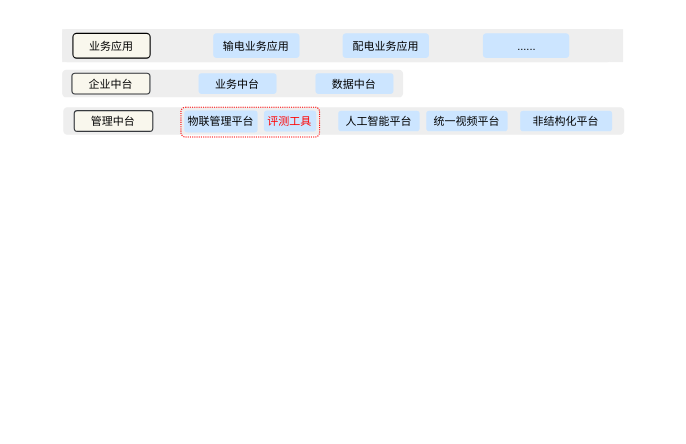
Before: 电力物联网边缘侧场景下视觉算法模型评估验证技术能力提升.drawio in paleblackless/diagrams, a draw.io diagram. Source tidied: cells renumbered, new cells numbered last; positions are measured from the earlier drawing's top-left corner, leaving out a move shared by most shapes. Both pictures are drawn from the tidied source at 110%, with x=0, y=0 at pixel (62, 29). Pictures stored in the file or linked from it are replaced by grey dashed boxes.
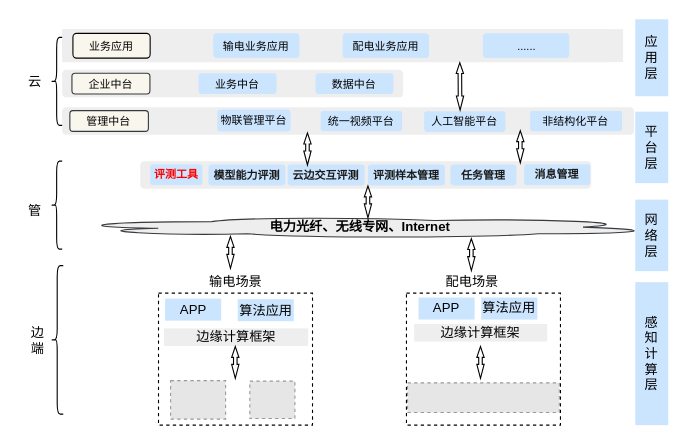
After the change.

Commit message:
更新电力物联网边缘侧场景下视觉算法模型评估验证技术能力提升.drawio

Unchanged cells that the change refers to:
```xml
<mxCell id="2" style="group;" parent="1" vertex="1">
  <mxGeometry width="511" height="95" as="geometry" />
</mxCell>
```

Change to the diagram source:
```diff
@@
     <mxCell id="15" style="group;" parent="2" vertex="1">
-      <mxGeometry x="1" y="71" width="510" height="25" as="geometry" />
+      <mxGeometry x="10" y="71" width="510" height="25" as="geometry" />
     </mxCell>
     <mxCell id="16" style="rounded=1;whiteSpace=wrap;html=1;fillColor=#eeeeee;strokeColor=none;fontSize=10;" parent="15" vertex="1">
-      <mxGeometry width="510" height="25" as="geometry" />
+      <mxGeometry x="-10" width="520" height="25" as="geometry" />
     </mxCell>
@@
     <mxCell id="18" value="管理中台" style="rounded=1;whiteSpace=wrap;html=1;fillColor=#f9f7ed;strokeColor=#36393d;fontSize=10;" parent="15" vertex="1">
-      <mxGeometry x="10" y="3.1" width="71.4" height="18.8" as="geometry" />
+      <mxGeometry x="-3" y="3.1" width="71.4" height="18.8" as="geometry" />
     </mxCell>
     <mxCell id="19" value="统一视频平台" style="rounded=1;whiteSpace=wrap;html=1;fillColor=#cce5ff;strokeColor=none;fontSize=10;" parent="15" vertex="1">
-      <mxGeometry x="330" y="3.1" width="74" height="18.8" as="geometry" />
+      <mxGeometry x="225" y="3.1" width="74" height="18.8" as="geometry" />
     </mxCell>
+    <mxCell id="22" value="物联管理平台" style="rounded=1;whiteSpace=wrap;html=1;fillColor=#cce5ff;strokeColor=none;fontSize=10;" parent="15" vertex="1">
+      <mxGeometry x="131" y="2" width="66.7" height="20" as="geometry" />
+    </mxCell>
     <mxCell id="20" value="人工智能平台" style="rounded=1;whiteSpace=wrap;html=1;fillColor=#cce5ff;strokeColor=none;fontSize=10;" parent="15" vertex="1">
-      <mxGeometry x="250" y="3.1" width="74" height="18.8" as="geometry" />
+      <mxGeometry x="319" y="3.6" width="74" height="18.8" as="geometry" />
     </mxCell>
-    <mxCell id="21" style="group;" parent="15" vertex="1">
-      <mxGeometry x="110" y="3" width="120" height="20.9" as="geometry" />
-    </mxCell>
-    <mxCell id="22" value="物联管理平台" style="rounded=1;whiteSpace=wrap;html=1;fillColor=#cce5ff;strokeColor=none;fontSize=10;" parent="21" vertex="1">
-      <mxGeometry width="66.7" height="20" as="geometry" />
-    </mxCell>
+    <mxCell id="25" style="shape=flexArrow;endArrow=classic;startArrow=classic;html=1;rounded=0;endWidth=2.3975993998499625;endSize=2.9530201342281877;startWidth=2.3975993998499625;startSize=3.9144186046511624;width=3.225806451612903;exitX=0.443;exitY=-0.031;exitDx=0;exitDy=0;exitPerimeter=0;" parent="2" edge="1" source="20">
+      <mxGeometry relative="1" as="geometry">
+        <mxPoint x="361.5" y="30" as="targetPoint" />
+      </mxGeometry>
+    </mxCell>
+    <mxCell id="26" value="&lt;b&gt;电力光纤、无线专网、Internet&lt;/b&gt;" style="ellipse;shape=cloud;whiteSpace=wrap;html=1;fillColor=#eeeeee;strokeColor=#36393d;" parent="1" vertex="1">
+      <mxGeometry x="1" y="170" width="540" height="20" as="geometry" />
+    </mxCell>
+    <mxCell id="27" style="shape=curlyBracket;whiteSpace=wrap;html=1;rounded=1;labelPosition=left;verticalLabelPosition=middle;align=right;verticalAlign=middle;" parent="1" vertex="1">
+      <mxGeometry x="-10" y="7.5" width="10" height="80" as="geometry" />
+    </mxCell>
+    <mxCell id="28" style="rounded=1;whiteSpace=wrap;html=1;fillColor=#eeeeee;strokeColor=none;fontSize=10;" parent="1" vertex="1">
+      <mxGeometry x="71" y="120" width="410" height="25" as="geometry" />
+    </mxCell>
-    <mxCell id="23" value="&lt;font color=&quot;#ff0000&quot;&gt;评测工具&lt;/font&gt;" style="rounded=1;whiteSpace=wrap;html=1;fillColor=#cce5ff;strokeColor=none;fontSize=10;" parent="21" vertex="1">
-      <mxGeometry x="72.4" width="47.6" height="19.1" as="geometry" />
+    <mxCell id="23" value="&lt;font color=&quot;#ff0000&quot;&gt;&lt;b&gt;评测工具&lt;/b&gt;&lt;/font&gt;" style="rounded=1;whiteSpace=wrap;html=1;fillColor=#cce5ff;strokeColor=none;fontSize=10;" parent="1" vertex="1">
+      <mxGeometry x="80" y="122.9" width="47.6" height="19.1" as="geometry" />
     </mxCell>
-    <mxCell id="24" style="rounded=1;whiteSpace=wrap;html=1;fillColor=none;strokeColor=#FF0000;fontSize=10;dashed=1;dashPattern=1 1;" parent="21" vertex="1">
-      <mxGeometry x="-3" y="-3" width="126" height="27" as="geometry" />
-    </mxCell>
+    <mxCell id="29" value="&lt;b style=&quot;&quot;&gt;&lt;font color=&quot;#1a1a1a&quot;&gt;模型能力评测&lt;/font&gt;&lt;/b&gt;" style="rounded=1;whiteSpace=wrap;html=1;fillColor=#cce5ff;strokeColor=none;fontSize=10;" parent="1" vertex="1">
+      <mxGeometry x="133" y="123" width="70" height="19.1" as="geometry" />
+    </mxCell>
+    <mxCell id="30" value="&lt;font color=&quot;#1a1a1a&quot;&gt;&lt;b&gt;云边交互评测&lt;/b&gt;&lt;/font&gt;" style="rounded=1;whiteSpace=wrap;html=1;fillColor=#cce5ff;strokeColor=none;fontSize=10;" parent="1" vertex="1">
+      <mxGeometry x="205" y="123" width="70" height="19.1" as="geometry" />
+    </mxCell>
+    <mxCell id="31" value="&lt;font color=&quot;#1a1a1a&quot;&gt;&lt;b&gt;评测样本管理&lt;/b&gt;&lt;/font&gt;" style="rounded=1;whiteSpace=wrap;html=1;fillColor=#cce5ff;strokeColor=none;fontSize=10;" parent="1" vertex="1">
+      <mxGeometry x="278" y="123" width="70" height="19.1" as="geometry" />
+    </mxCell>
+    <mxCell id="32" value="&lt;font color=&quot;#1a1a1a&quot;&gt;&lt;b&gt;任务管理&lt;/b&gt;&lt;/font&gt;" style="rounded=1;whiteSpace=wrap;html=1;fillColor=#cce5ff;strokeColor=none;fontSize=10;" parent="1" vertex="1">
+      <mxGeometry x="353" y="123" width="60" height="19.1" as="geometry" />
+    </mxCell>
+    <mxCell id="33" value="&lt;font color=&quot;#1a1a1a&quot;&gt;&lt;b&gt;消息管理&lt;/b&gt;&lt;/font&gt;" style="rounded=1;whiteSpace=wrap;html=1;fillColor=#cce5ff;strokeColor=none;fontSize=10;" parent="1" vertex="1">
+      <mxGeometry x="420" y="122.9" width="60" height="19.1" as="geometry" />
+    </mxCell>
+    <mxCell id="34" style="shape=flexArrow;endArrow=classic;startArrow=classic;html=1;rounded=0;endWidth=2.3975993998499625;endSize=2.9530201342281877;startWidth=2.3975993998499625;startSize=3.9144186046511624;width=3.225806451612903;" parent="1" edge="1">
+      <mxGeometry relative="1" as="geometry">
+        <mxPoint x="223" y="124" as="sourcePoint" />
+        <mxPoint x="223" y="94" as="targetPoint" />
+      </mxGeometry>
+    </mxCell>
+    <mxCell id="35" style="shape=flexArrow;endArrow=classic;startArrow=classic;html=1;rounded=0;endWidth=2.3975993998499625;endSize=2.9530201342281877;startWidth=2.3975993998499625;startSize=3.9144186046511624;width=3.225806451612903;" parent="1" edge="1">
+      <mxGeometry relative="1" as="geometry">
+        <mxPoint x="416.5" y="121.9" as="sourcePoint" />
+        <mxPoint x="416.5" y="91.9" as="targetPoint" />
+      </mxGeometry>
+    </mxCell>
+    <mxCell id="36" style="shape=flexArrow;endArrow=classic;startArrow=classic;html=1;rounded=0;endWidth=2.3975993998499625;endSize=2.9530201342281877;startWidth=2.3975993998499625;startSize=3.9144186046511624;width=3.225806451612903;" parent="1" edge="1">
+      <mxGeometry relative="1" as="geometry">
+        <mxPoint x="278" y="172.1" as="sourcePoint" />
+        <mxPoint x="278" y="142.1" as="targetPoint" />
+      </mxGeometry>
+    </mxCell>
+    <mxCell id="37" style="shape=curlyBracket;whiteSpace=wrap;html=1;rounded=1;labelPosition=left;verticalLabelPosition=middle;align=right;verticalAlign=middle;" parent="1" vertex="1">
+      <mxGeometry x="-10" y="120" width="10" height="80" as="geometry" />
+    </mxCell>
+    <mxCell id="38" style="shape=curlyBracket;whiteSpace=wrap;html=1;rounded=1;labelPosition=left;verticalLabelPosition=middle;align=right;verticalAlign=middle;" parent="1" vertex="1">
+      <mxGeometry x="-10" y="215" width="11" height="135" as="geometry" />
+    </mxCell>
+    <mxCell id="39" value="云" style="text;html=1;strokeColor=none;fillColor=none;align=center;verticalAlign=middle;whiteSpace=wrap;rounded=0;" parent="1" vertex="1">
+      <mxGeometry x="-39" y="32.5" width="29" height="30" as="geometry" />
+    </mxCell>
+    <mxCell id="40" value="管" style="text;html=1;strokeColor=none;fillColor=none;align=center;verticalAlign=middle;whiteSpace=wrap;rounded=0;" parent="1" vertex="1">
+      <mxGeometry x="-39" y="150" width="29" height="30" as="geometry" />
+    </mxCell>
+    <mxCell id="41" value="边 &lt;br&gt;端" style="text;html=1;strokeColor=none;fillColor=none;align=center;verticalAlign=middle;whiteSpace=wrap;rounded=0;" parent="1" vertex="1">
+      <mxGeometry x="-39" y="267.5" width="34" height="30" as="geometry" />
+    </mxCell>
+    <mxCell id="42" style="rounded=0;whiteSpace=wrap;html=1;strokeColor=default;dashed=1;fillColor=none;" parent="1" vertex="1">
+      <mxGeometry x="87.6" y="240" width="140" height="120" as="geometry" />
+    </mxCell>
+    <mxCell id="43" value="输电场景" style="text;html=1;strokeColor=none;fillColor=none;align=center;verticalAlign=middle;whiteSpace=wrap;rounded=0;" parent="1" vertex="1">
+      <mxGeometry x="127.6" y="220" width="60" height="20" as="geometry" />
+    </mxCell>
+    <mxCell id="44" style="rounded=0;whiteSpace=wrap;html=1;strokeColor=default;dashed=1;fillColor=none;" parent="1" vertex="1">
+      <mxGeometry x="313" y="240" width="140" height="120" as="geometry" />
+    </mxCell>
+    <mxCell id="45" value="配电场景" style="text;html=1;strokeColor=none;fillColor=none;align=center;verticalAlign=middle;whiteSpace=wrap;rounded=0;" parent="1" vertex="1">
+      <mxGeometry x="343" y="220" width="60" height="20" as="geometry" />
+    </mxCell>
+    <mxCell id="46" style="shape=flexArrow;endArrow=classic;startArrow=classic;html=1;rounded=0;endWidth=2.3975993998499625;endSize=2.9530201342281877;startWidth=2.3975993998499625;startSize=3.9144186046511624;width=3.225806451612903;" parent="1" edge="1">
+      <mxGeometry relative="1" as="geometry">
+        <mxPoint x="153" y="218" as="sourcePoint" />
+        <mxPoint x="153" y="188" as="targetPoint" />
+      </mxGeometry>
+    </mxCell>
+    <mxCell id="47" style="shape=flexArrow;endArrow=classic;startArrow=classic;html=1;rounded=0;endWidth=2.3975993998499625;endSize=2.9530201342281877;startWidth=2.3975993998499625;startSize=3.9144186046511624;width=3.225806451612903;" parent="1" edge="1">
+      <mxGeometry relative="1" as="geometry">
+        <mxPoint x="372" y="220" as="sourcePoint" />
+        <mxPoint x="372" y="190" as="targetPoint" />
+      </mxGeometry>
+    </mxCell>
+    <mxCell id="48" style="fillColor=#E6E6E6;strokeColor=#999999;dashed=1;verticalLabelPosition=bottom;labelBackgroundColor=default;verticalAlign=top;" parent="1" vertex="1">
+      <mxGeometry x="98.6" y="319.5" width="50" height="35" as="geometry" />
+    </mxCell>
+    <mxCell id="49" style="fillColor=#E6E6E6;strokeColor=#999999;dashed=1;verticalLabelPosition=bottom;labelBackgroundColor=default;verticalAlign=top;" parent="1" vertex="1">
+      <mxGeometry x="170.6" y="320" width="41" height="34" as="geometry" />
+    </mxCell>
+    <mxCell id="50" style="fillColor=#E6E6E6;strokeColor=#999999;dashed=1;verticalLabelPosition=bottom;labelBackgroundColor=default;verticalAlign=top;" parent="1" vertex="1">
+      <mxGeometry x="314" y="321.6" width="138" height="26.9" as="geometry" />
+    </mxCell>
+    <mxCell id="51" style="group;" parent="1" vertex="1">
+      <mxGeometry x="320" y="244" width="121" height="40" as="geometry" />
+    </mxCell>
+    <mxCell id="52" value="APP" style="rounded=0;whiteSpace=wrap;html=1;fillColor=#cce5ff;strokeColor=none;" parent="51" vertex="1">
+      <mxGeometry x="4" width="51" height="20" as="geometry" />
+    </mxCell>
+    <mxCell id="53" value="边缘计算框架" style="rounded=0;whiteSpace=wrap;html=1;fillColor=#eeeeee;strokeColor=none;" parent="51" vertex="1">
+      <mxGeometry y="24" width="121" height="16" as="geometry" />
+    </mxCell>
+    <mxCell id="54" value="算法应用" style="rounded=0;whiteSpace=wrap;html=1;fillColor=#cce5ff;strokeColor=none;" parent="51" vertex="1">
+      <mxGeometry x="61" width="51" height="20" as="geometry" />
+    </mxCell>
+    <mxCell id="55" style="group;" parent="1" vertex="1">
+      <mxGeometry x="102.6" y="245.5" width="121" height="42.5" as="geometry" />
+    </mxCell>
+    <mxCell id="56" value="算法应用" style="rounded=0;whiteSpace=wrap;html=1;fillColor=#cce5ff;strokeColor=none;" parent="55" vertex="1">
+      <mxGeometry x="57" width="51" height="20" as="geometry" />
+    </mxCell>
+    <mxCell id="57" value="边缘计算框架" style="rounded=0;whiteSpace=wrap;html=1;fillColor=#eeeeee;strokeColor=none;" parent="55" vertex="1">
+      <mxGeometry x="-10" y="26.5" width="131" height="16" as="geometry" />
+    </mxCell>
+    <mxCell id="58" value="APP" style="rounded=0;whiteSpace=wrap;html=1;fillColor=#cce5ff;strokeColor=none;" parent="1" vertex="1">
+      <mxGeometry x="93.6" y="245" width="51" height="20" as="geometry" />
+    </mxCell>
+    <mxCell id="59" style="shape=flexArrow;endArrow=classic;startArrow=classic;html=1;rounded=0;endWidth=2.3975993998499625;endSize=2.9530201342281877;startWidth=2.3975993998499625;startSize=3.9144186046511624;width=3.225806451612903;" parent="1" edge="1">
+      <mxGeometry relative="1" as="geometry">
+        <mxPoint x="157.4" y="318" as="sourcePoint" />
+        <mxPoint x="157.4" y="288" as="targetPoint" />
+      </mxGeometry>
+    </mxCell>
+    <mxCell id="60" style="shape=flexArrow;endArrow=classic;startArrow=classic;html=1;rounded=0;endWidth=2.3975993998499625;endSize=2.9530201342281877;startWidth=2.3975993998499625;startSize=3.9144186046511624;width=3.225806451612903;" parent="1" edge="1">
+      <mxGeometry relative="1" as="geometry">
+        <mxPoint x="380.3" y="318" as="sourcePoint" />
+        <mxPoint x="380.3" y="288" as="targetPoint" />
+      </mxGeometry>
+    </mxCell>
+    <mxCell id="61" value="应&lt;br&gt;用&lt;br&gt;层" style="rounded=0;whiteSpace=wrap;html=1;fillColor=#cce5ff;strokeColor=none;" parent="1" vertex="1">
+      <mxGeometry x="521" y="-9" width="30" height="70" as="geometry" />
+    </mxCell>
+    <mxCell id="62" value="平&lt;br&gt;台&lt;br&gt;层" style="rounded=0;whiteSpace=wrap;html=1;fillColor=#cce5ff;strokeColor=none;" parent="1" vertex="1">
+      <mxGeometry x="521" y="75" width="30" height="65" as="geometry" />
+    </mxCell>
+    <mxCell id="63" value="感&lt;br&gt;知&lt;br&gt;计&lt;br&gt;算&lt;br&gt;层" style="rounded=0;whiteSpace=wrap;html=1;fillColor=#cce5ff;strokeColor=none;" parent="1" vertex="1">
+      <mxGeometry x="521" y="230" width="30" height="130" as="geometry" />
+    </mxCell>
+    <mxCell id="64" value="网&lt;br&gt;络&lt;br&gt;层" style="rounded=0;whiteSpace=wrap;html=1;fillColor=#cce5ff;strokeColor=none;" parent="1" vertex="1">
+      <mxGeometry x="521" y="155" width="30" height="65" as="geometry" />
+    </mxCell>
```
